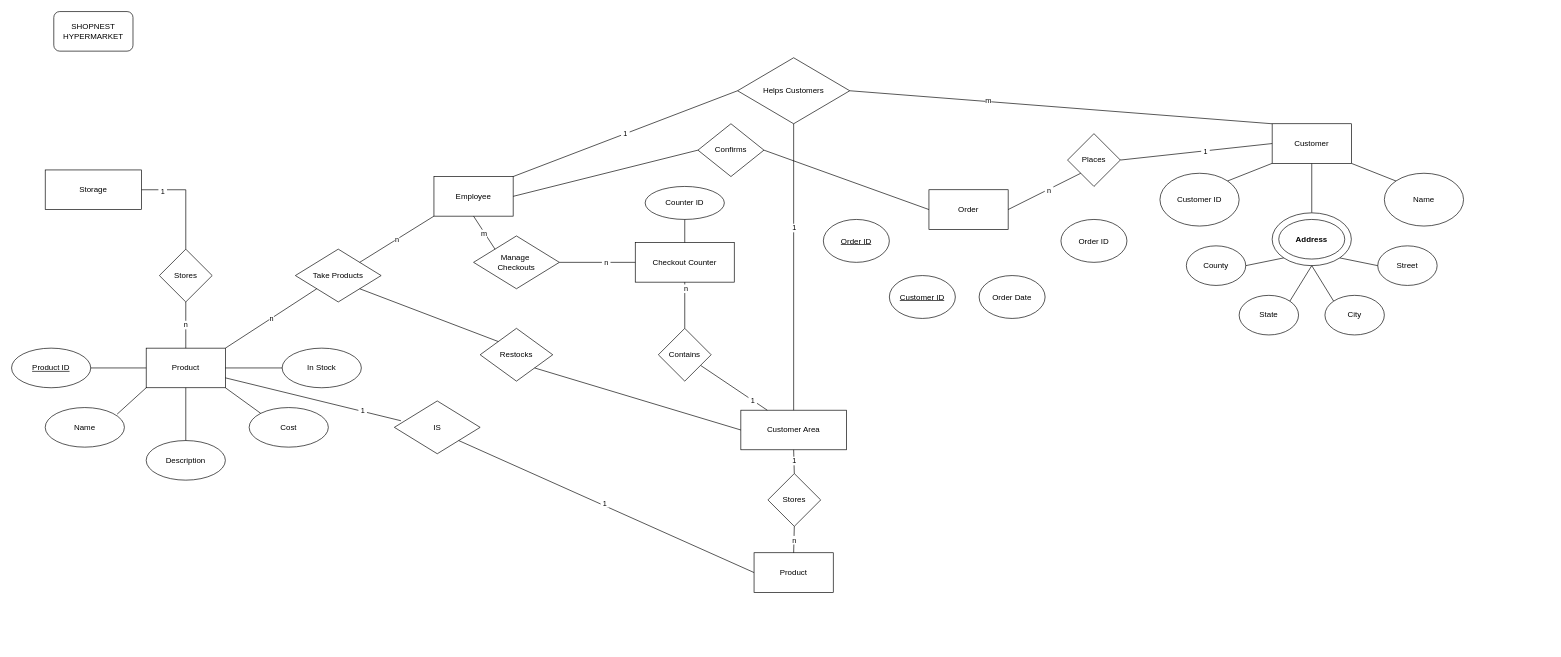
Before: Untitled Diagram.drawio in abobymotaki/uncharted, a draw.io diagram. Source tidied: cells renumbered, new cells numbered last; positions are measured from the earlier drawing's top-left corner, leaving out a move shared by most shapes. Both pictures are drawn from the tidied source at 66%, with x=0, y=0 at pixel (11, 11).
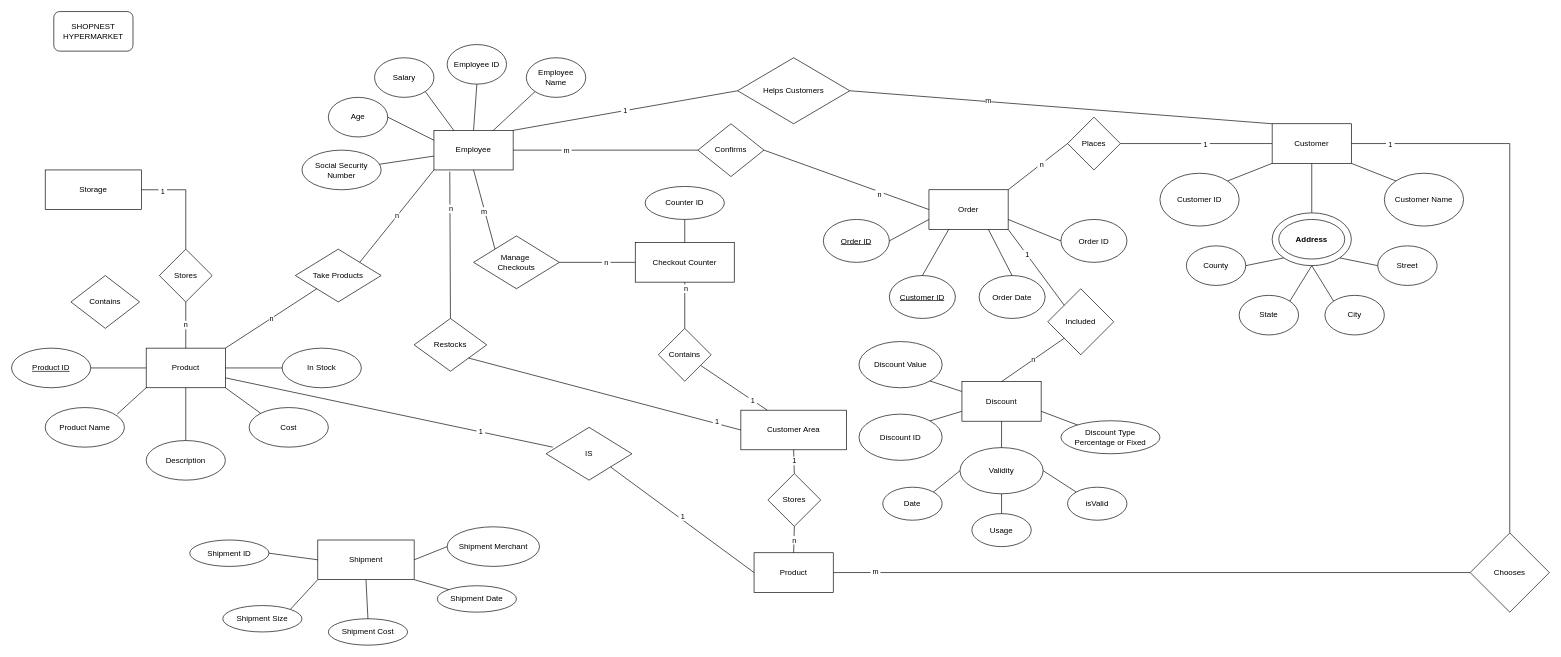
Above is the later version.

Unchanged cells that the change refers to:
```xml
<mxCell id="10" value="Customer" style="rounded=0;whiteSpace=wrap;html=1;" parent="1" vertex="1">
  <mxGeometry x="1910" y="170" width="120" height="60" as="geometry" />
</mxCell>
<mxCell id="29" value="Customer Area" style="rounded=0;whiteSpace=wrap;html=1;" parent="1" vertex="1">
  <mxGeometry x="1105" y="604" width="160" height="60" as="geometry" />
</mxCell>
<mxCell id="30" value="Take Products" style="rhombus;whiteSpace=wrap;html=1;" parent="1" vertex="1">
  <mxGeometry x="430" y="360" width="130" height="80" as="geometry" />
</mxCell>
<mxCell id="43" value="Product" style="rounded=0;whiteSpace=wrap;html=1;" parent="1" vertex="1">
  <mxGeometry x="1125" y="820" width="120" height="60" as="geometry" />
</mxCell>
<mxCell id="51" value="Helps Customers" style="rhombus;whiteSpace=wrap;html=1;" parent="1" vertex="1">
  <mxGeometry x="1100" y="70" width="170" height="100" as="geometry" />
</mxCell>
<mxCell id="66" style="endArrow=none;html=1;rounded=0;exitX=1;exitY=1;exitDx=0;exitDy=0;entryX=0;entryY=0.5;entryDx=0;entryDy=0;" parent="1" edge="1" source="41" target="29">
  <mxGeometry relative="1" as="geometry" />
</mxCell>
<mxCell id="74" value="Order" style="rounded=0;whiteSpace=wrap;html=1;" parent="1" vertex="1">
  <mxGeometry x="1390" y="270" width="120" height="60" as="geometry" />
</mxCell>
<mxCell id="76" value="&lt;u&gt;Order ID&lt;/u&gt;" style="ellipse;whiteSpace=wrap;html=1;" parent="1" vertex="1">
  <mxGeometry x="1230" y="315" width="100" height="65" as="geometry" />
</mxCell>
<mxCell id="77" value="&lt;u&gt;Customer ID&lt;/u&gt;" style="ellipse;whiteSpace=wrap;html=1;" parent="1" vertex="1">
  <mxGeometry x="1330" y="400" width="100" height="65" as="geometry" />
</mxCell>
<mxCell id="78" value="Order Date" style="ellipse;whiteSpace=wrap;html=1;" parent="1" vertex="1">
  <mxGeometry x="1466" y="400" width="100" height="65" as="geometry" />
</mxCell>
<mxCell id="79" value="Order ID" style="ellipse;whiteSpace=wrap;html=1;" parent="1" vertex="1">
  <mxGeometry x="1590" y="315" width="100" height="65" as="geometry" />
</mxCell>
<mxCell id="85" style="endArrow=none;html=1;rounded=0;exitX=1;exitY=0.5;exitDx=0;exitDy=0;entryX=0;entryY=0.5;entryDx=0;entryDy=0;" parent="1" edge="1" source="28" target="84">
  <mxGeometry relative="1" as="geometry" />
</mxCell>
<mxCell id="86" style="endArrow=none;html=1;rounded=0;exitX=1;exitY=0.5;exitDx=0;exitDy=0;entryX=0;entryY=0.5;entryDx=0;entryDy=0;" parent="1" edge="1" source="84" target="74">
  <mxGeometry relative="1" as="geometry" />
</mxCell>
```

Change to the diagram source:
```diff
@@
-    <mxCell id="5" value="Name" style="ellipse;whiteSpace=wrap;html=1;" parent="1" vertex="1">
+    <mxCell id="5" value="Product Name" style="ellipse;whiteSpace=wrap;html=1;" parent="1" vertex="1">
       <mxGeometry x="51" y="600" width="120" height="60" as="geometry" />
     </mxCell>
@@
+    <mxCell id="87" style="edgeStyle=orthogonalEdgeStyle;rounded=0;jettySize=auto;html=1;exitX=1;exitY=0.5;exitDx=0;exitDy=0;endArrow=none;startFill=0;entryX=0.5;entryY=0;entryDx=0;entryDy=0;" parent="1" edge="1" source="10" target="100">
+      <mxGeometry relative="1" as="geometry" />
+    </mxCell>
+    <mxCell id="88" value="&amp;nbsp;1&amp;nbsp;" style="edgeLabel;html=1;align=center;verticalAlign=middle;" parent="87" vertex="1">
+      <mxGeometry x="-0.86" relative="1" as="geometry" />
+    </mxCell>
@@
-    <mxCell id="24" value="Name" style="ellipse;whiteSpace=wrap;html=1;" parent="1" vertex="1">
+    <mxCell id="24" value="Customer Name" style="ellipse;whiteSpace=wrap;html=1;" parent="1" vertex="1">
       <mxGeometry x="2080" y="245" width="120" height="80" as="geometry" />
     </mxCell>
@@
+    <mxCell id="89" style="rounded=0;jettySize=auto;html=1;endArrow=none;startFill=0;" parent="1" edge="1" source="28" target="113">
+      <mxGeometry relative="1" as="geometry" />
+    </mxCell>
     <mxCell id="28" value="Employee" style="rounded=0;whiteSpace=wrap;html=1;" parent="1" vertex="1">
-      <mxGeometry x="640" y="250" width="120" height="60" as="geometry" />
+      <mxGeometry x="640" y="180" width="120" height="60" as="geometry" />
     </mxCell>
@@
-    <mxCell id="40" value="n" style="endArrow=none;html=1;rounded=0;exitX=1;exitY=0;exitDx=0;exitDy=0;entryX=0;entryY=1;entryDx=0;entryDy=0;" parent="1" edge="1" source="30" target="28">
-      <mxGeometry relative="1" as="geometry" />
+    <mxCell id="40" value="n" style="endArrow=none;html=1;rounded=0;exitX=1;exitY=0;exitDx=0;exitDy=0;entryX=0;entryY=1;entryDx=0;entryDy=0;" parent="1" edge="1">
+      <mxGeometry relative="1" as="geometry">
+        <mxPoint x="527.5" y="380" as="sourcePoint" />
+        <mxPoint x="640" y="240" as="targetPoint" />
+      </mxGeometry>
     </mxCell>
     <mxCell id="41" value="Restocks" style="rhombus;whiteSpace=wrap;html=1;" parent="1" vertex="1">
-      <mxGeometry x="710" y="480" width="110" height="80" as="geometry" />
+      <mxGeometry x="610" y="465" width="110" height="80" as="geometry" />
     </mxCell>
-    <mxCell id="42" style="endArrow=none;html=1;rounded=0;entryX=1;entryY=1;entryDx=0;entryDy=0;exitX=0;exitY=0;exitDx=0;exitDy=0;" parent="1" edge="1" source="41" target="30">
+    <mxCell id="42" style="endArrow=none;html=1;rounded=0;entryX=0.2;entryY=1.043;entryDx=0;entryDy=0;exitX=0.5;exitY=0;exitDx=0;exitDy=0;entryPerimeter=0;" parent="1" edge="1" source="41" target="28">
       <mxGeometry relative="1" as="geometry" />
     </mxCell>
+    <mxCell id="90" value="n" style="edgeLabel;html=1;align=center;verticalAlign=middle;" parent="42" vertex="1">
+      <mxGeometry x="0.5" y="-4" relative="1" as="geometry">
+        <mxPoint x="-3" y="1" as="offset" />
+      </mxGeometry>
+    </mxCell>
+    <mxCell id="91" style="edgeStyle=orthogonalEdgeStyle;rounded=0;jettySize=auto;html=1;exitX=1;exitY=0.5;exitDx=0;exitDy=0;entryX=0;entryY=0.5;entryDx=0;entryDy=0;endArrow=none;startFill=0;" parent="1" edge="1" source="43" target="100">
+      <mxGeometry relative="1" as="geometry" />
+    </mxCell>
+    <mxCell id="92" value="&amp;nbsp;m&amp;nbsp;" style="edgeLabel;html=1;align=center;verticalAlign=middle;" parent="91" vertex="1">
+      <mxGeometry x="-0.87" y="2" relative="1" as="geometry" />
+    </mxCell>
@@
     <mxCell id="44" value="IS" style="rhombus;whiteSpace=wrap;html=1;" parent="1" vertex="1">
-      <mxGeometry x="580" y="590" width="130" height="80" as="geometry" />
+      <mxGeometry x="810" y="630" width="130" height="80" as="geometry" />
     </mxCell>
@@
-    <mxCell id="55" style="endArrow=none;html=1;rounded=0;entryX=0.5;entryY=1;entryDx=0;entryDy=0;exitX=0.5;exitY=0;exitDx=0;exitDy=0;" parent="1" edge="1" source="29" target="51">
-      <mxGeometry relative="1" as="geometry" />
-    </mxCell>
-    <mxCell id="56" value="1" style="edgeLabel;html=1;align=center;verticalAlign=middle;" parent="55" vertex="1">
-      <mxGeometry x="0.34" y="-1" relative="1" as="geometry">
-        <mxPoint x="-1" y="14" as="offset" />
-      </mxGeometry>
-    </mxCell>
@@
+    <mxCell id="93" value="&amp;nbsp;1&amp;nbsp;" style="edgeLabel;html=1;align=center;verticalAlign=middle;" parent="66" vertex="1">
+      <mxGeometry x="0.82" y="3" relative="1" as="geometry" />
+    </mxCell>
@@
     <mxCell id="75" value="Places" style="rhombus;whiteSpace=wrap;html=1;" parent="1" vertex="1">
-      <mxGeometry x="1600" y="185" width="80" height="80" as="geometry" />
+      <mxGeometry x="1600" y="160" width="80" height="80" as="geometry" />
     </mxCell>
@@
-    <mxCell id="82" style="endArrow=none;html=1;rounded=0;entryX=0;entryY=1;entryDx=0;entryDy=0;exitX=1;exitY=0.5;exitDx=0;exitDy=0;" parent="1" edge="1" source="74" target="75">
+    <mxCell id="82" style="endArrow=none;html=1;rounded=0;entryX=0;entryY=0.5;entryDx=0;entryDy=0;exitX=1;exitY=0;exitDx=0;exitDy=0;" parent="1" edge="1" source="74" target="75">
       <mxGeometry relative="1" as="geometry" />
     </mxCell>
@@
+    <mxCell id="94" value="&amp;nbsp;m&amp;nbsp;" style="edgeLabel;html=1;align=center;verticalAlign=middle;" parent="85" vertex="1">
+      <mxGeometry x="-0.43" relative="1" as="geometry" />
+    </mxCell>
@@
+    <mxCell id="95" value="&amp;nbsp;n&amp;nbsp;" style="edgeLabel;html=1;align=center;verticalAlign=middle;" parent="86" vertex="1">
+      <mxGeometry x="0.41" y="-3" relative="1" as="geometry" />
+    </mxCell>
+    <mxCell id="96" style="endArrow=none;html=1;rounded=0;entryX=0;entryY=0.75;entryDx=0;entryDy=0;exitX=1;exitY=0.5;exitDx=0;exitDy=0;" parent="1" edge="1" source="76" target="74">
+      <mxGeometry relative="1" as="geometry" />
+    </mxCell>
+    <mxCell id="97" style="endArrow=none;html=1;rounded=0;entryX=0.25;entryY=1;entryDx=0;entryDy=0;exitX=0.5;exitY=0;exitDx=0;exitDy=0;" parent="1" edge="1" source="77" target="74">
+      <mxGeometry relative="1" as="geometry" />
+    </mxCell>
+    <mxCell id="98" style="endArrow=none;html=1;rounded=0;entryX=0.75;entryY=1;entryDx=0;entryDy=0;exitX=0.5;exitY=0;exitDx=0;exitDy=0;" parent="1" edge="1" source="78" target="74">
+      <mxGeometry relative="1" as="geometry" />
+    </mxCell>
+    <mxCell id="99" style="endArrow=none;html=1;rounded=0;entryX=1;entryY=0.75;entryDx=0;entryDy=0;exitX=0;exitY=0.5;exitDx=0;exitDy=0;" parent="1" edge="1" source="79" target="74">
+      <mxGeometry relative="1" as="geometry" />
+    </mxCell>
+    <mxCell id="100" value="Chooses" style="rhombus;whiteSpace=wrap;html=1;" parent="1" vertex="1">
+      <mxGeometry x="2210" y="790" width="120" height="120" as="geometry" />
+    </mxCell>
+    <mxCell id="101" value="Discount" style="rounded=0;whiteSpace=wrap;html=1;" parent="1" vertex="1">
+      <mxGeometry x="1440" y="560.7" width="120" height="60" as="geometry" />
+    </mxCell>
+    <mxCell id="102" value="Validity" style="ellipse;whiteSpace=wrap;html=1;" parent="1" vertex="1">
+      <mxGeometry x="1437" y="660.7" width="126" height="70" as="geometry" />
+    </mxCell>
+    <mxCell id="103" value="Date" style="ellipse;whiteSpace=wrap;html=1;" parent="1" vertex="1">
+      <mxGeometry x="1320" y="720.7" width="90" height="50" as="geometry" />
+    </mxCell>
+    <mxCell id="104" value="Usage" style="ellipse;whiteSpace=wrap;html=1;" parent="1" vertex="1">
+      <mxGeometry x="1455" y="760.7" width="90" height="50" as="geometry" />
+    </mxCell>
+    <mxCell id="105" value="isValid" style="ellipse;whiteSpace=wrap;html=1;" parent="1" vertex="1">
+      <mxGeometry x="1600" y="720.7" width="90" height="50" as="geometry" />
+    </mxCell>
+    <mxCell id="106" style="endArrow=none;html=1;rounded=0;entryX=0.5;entryY=1;entryDx=0;entryDy=0;exitX=0.5;exitY=0;exitDx=0;exitDy=0;" parent="1" edge="1" source="104" target="102">
+      <mxGeometry relative="1" as="geometry" />
+    </mxCell>
+    <mxCell id="107" style="endArrow=none;html=1;rounded=0;exitX=1;exitY=0;exitDx=0;exitDy=0;entryX=0;entryY=0.5;entryDx=0;entryDy=0;" parent="1" edge="1" source="103" target="102">
+      <mxGeometry relative="1" as="geometry" />
+    </mxCell>
+    <mxCell id="108" style="endArrow=none;html=1;rounded=0;exitX=1;exitY=0.5;exitDx=0;exitDy=0;entryX=0;entryY=0;entryDx=0;entryDy=0;" parent="1" edge="1" source="102" target="105">
+      <mxGeometry relative="1" as="geometry" />
+    </mxCell>
+    <mxCell id="109" value="Employee Name" style="ellipse;whiteSpace=wrap;html=1;" parent="1" vertex="1">
+      <mxGeometry x="780" y="70" width="90" height="60" as="geometry" />
+    </mxCell>
+    <mxCell id="110" value="Employee ID" style="ellipse;whiteSpace=wrap;html=1;" parent="1" vertex="1">
+      <mxGeometry x="660" y="50" width="90" height="60" as="geometry" />
+    </mxCell>
+    <mxCell id="111" value="Salary" style="ellipse;whiteSpace=wrap;html=1;" parent="1" vertex="1">
+      <mxGeometry x="550" y="70" width="90" height="60" as="geometry" />
+    </mxCell>
+    <mxCell id="112" value="Age" style="ellipse;whiteSpace=wrap;html=1;" parent="1" vertex="1">
+      <mxGeometry x="480" y="130" width="90" height="60" as="geometry" />
+    </mxCell>
+    <mxCell id="113" value="Social Security&lt;div&gt;Number&lt;/div&gt;" style="ellipse;whiteSpace=wrap;html=1;" parent="1" vertex="1">
+      <mxGeometry x="440" y="210" width="120" height="60" as="geometry" />
+    </mxCell>
+    <mxCell id="114" style="endArrow=none;html=1;rounded=0;entryX=0;entryY=0.25;entryDx=0;entryDy=0;exitX=1;exitY=0.5;exitDx=0;exitDy=0;" parent="1" edge="1" source="112" target="28">
+      <mxGeometry relative="1" as="geometry" />
+    </mxCell>
+    <mxCell id="115" style="endArrow=none;html=1;rounded=0;entryX=1;entryY=1;entryDx=0;entryDy=0;exitX=0.25;exitY=0;exitDx=0;exitDy=0;" parent="1" edge="1" source="28" target="111">
+      <mxGeometry relative="1" as="geometry" />
+    </mxCell>
+    <mxCell id="116" style="endArrow=none;html=1;rounded=0;exitX=0.5;exitY=0;exitDx=0;exitDy=0;entryX=0.5;entryY=1;entryDx=0;entryDy=0;" parent="1" edge="1" source="28" target="110">
+      <mxGeometry relative="1" as="geometry" />
+    </mxCell>
+    <mxCell id="117" style="endArrow=none;html=1;rounded=0;entryX=0;entryY=1;entryDx=0;entryDy=0;exitX=0.75;exitY=0;exitDx=0;exitDy=0;" parent="1" edge="1" source="28" target="109">
+      <mxGeometry relative="1" as="geometry" />
+    </mxCell>
+    <mxCell id="118" style="endArrow=none;html=1;rounded=0;entryX=0.5;entryY=1;entryDx=0;entryDy=0;exitX=0.5;exitY=0;exitDx=0;exitDy=0;" parent="1" edge="1" source="102" target="101">
+      <mxGeometry relative="1" as="geometry" />
+    </mxCell>
+    <mxCell id="119" value="Included" style="rhombus;whiteSpace=wrap;html=1;" parent="1" vertex="1">
+      <mxGeometry x="1570" y="420" width="100" height="100" as="geometry" />
+    </mxCell>
+    <mxCell id="120" style="endArrow=none;html=1;rounded=0;exitX=0.5;exitY=0;exitDx=0;exitDy=0;entryX=0;entryY=1;entryDx=0;entryDy=0;" parent="1" edge="1" source="101" target="119">
+      <mxGeometry relative="1" as="geometry" />
+    </mxCell>
+    <mxCell id="121" value="n" style="edgeLabel;html=1;align=center;verticalAlign=middle;" parent="120" vertex="1">
+      <mxGeometry x="0.02" y="1" relative="1" as="geometry" />
+    </mxCell>
+    <mxCell id="122" style="endArrow=none;html=1;rounded=0;exitX=1;exitY=1;exitDx=0;exitDy=0;entryX=0;entryY=0;entryDx=0;entryDy=0;" parent="1" edge="1" source="74" target="119">
+      <mxGeometry relative="1" as="geometry" />
+    </mxCell>
+    <mxCell id="123" value="&amp;nbsp;1&amp;nbsp;" style="edgeLabel;html=1;align=center;verticalAlign=middle;" parent="122" vertex="1">
+      <mxGeometry x="-0.33" relative="1" as="geometry">
+        <mxPoint y="-1" as="offset" />
+      </mxGeometry>
+    </mxCell>
+    <mxCell id="124" value="Discount ID" style="ellipse;whiteSpace=wrap;html=1;" parent="1" vertex="1">
+      <mxGeometry x="1284" y="610" width="126" height="70" as="geometry" />
+    </mxCell>
+    <mxCell id="125" style="endArrow=none;html=1;rounded=0;entryX=0;entryY=0.75;entryDx=0;entryDy=0;exitX=1;exitY=0;exitDx=0;exitDy=0;" parent="1" edge="1" source="124" target="101">
+      <mxGeometry relative="1" as="geometry" />
+    </mxCell>
+    <mxCell id="126" value="&lt;div&gt;Discount Type&lt;/div&gt;Percentage or Fixed" style="ellipse;whiteSpace=wrap;html=1;" parent="1" vertex="1">
+      <mxGeometry x="1590" y="620" width="150" height="50" as="geometry" />
+    </mxCell>
+    <mxCell id="127" value="Discount Value" style="ellipse;whiteSpace=wrap;html=1;" parent="1" vertex="1">
+      <mxGeometry x="1284" y="500" width="126" height="70" as="geometry" />
+    </mxCell>
+    <mxCell id="128" style="endArrow=none;html=1;rounded=0;exitX=1;exitY=1;exitDx=0;exitDy=0;entryX=0;entryY=0.25;entryDx=0;entryDy=0;" parent="1" edge="1" source="127" target="101">
+      <mxGeometry relative="1" as="geometry" />
+    </mxCell>
+    <mxCell id="129" style="endArrow=none;html=1;rounded=0;exitX=1;exitY=0.75;exitDx=0;exitDy=0;" parent="1" edge="1" source="101" target="126">
+      <mxGeometry relative="1" as="geometry" />
+    </mxCell>
+    <mxCell id="130" value="Shipment" style="rounded=0;whiteSpace=wrap;html=1;" parent="1" vertex="1">
+      <mxGeometry x="464" y="800.7" width="146" height="60" as="geometry" />
+    </mxCell>
+    <mxCell id="131" value="Contains" style="rhombus;whiteSpace=wrap;html=1;" parent="1" vertex="1">
+      <mxGeometry x="90" y="400" width="104" height="80" as="geometry" />
+    </mxCell>
+    <mxCell id="132" value="Shipment Merchant" style="ellipse;whiteSpace=wrap;html=1;" parent="1" vertex="1">
+      <mxGeometry x="660" y="780.7" width="140" height="60" as="geometry" />
+    </mxCell>
+    <mxCell id="133" value="Shipment Date" style="ellipse;whiteSpace=wrap;html=1;" parent="1" vertex="1">
+      <mxGeometry x="645" y="870" width="120" height="40" as="geometry" />
+    </mxCell>
+    <mxCell id="134" value="Shipment Cost" style="ellipse;whiteSpace=wrap;html=1;" parent="1" vertex="1">
+      <mxGeometry x="480" y="920" width="120" height="40" as="geometry" />
+    </mxCell>
+    <mxCell id="135" value="Shipment ID" style="ellipse;whiteSpace=wrap;html=1;" parent="1" vertex="1">
+      <mxGeometry x="270" y="800.7" width="120" height="40" as="geometry" />
+    </mxCell>
+    <mxCell id="136" value="Shipment Size" style="ellipse;whiteSpace=wrap;html=1;" parent="1" vertex="1">
+      <mxGeometry x="320" y="900" width="120" height="40" as="geometry" />
+    </mxCell>
+    <mxCell id="137" style="endArrow=none;html=1;rounded=0;entryX=0;entryY=0.5;entryDx=0;entryDy=0;exitX=1;exitY=0.5;exitDx=0;exitDy=0;" parent="1" edge="1" source="135" target="130">
+      <mxGeometry relative="1" as="geometry" />
+    </mxCell>
+    <mxCell id="138" style="endArrow=none;html=1;rounded=0;entryX=0;entryY=1;entryDx=0;entryDy=0;exitX=1;exitY=0;exitDx=0;exitDy=0;" parent="1" edge="1" source="136" target="130">
+      <mxGeometry relative="1" as="geometry" />
+    </mxCell>
+    <mxCell id="139" style="endArrow=none;html=1;rounded=0;entryX=0.5;entryY=1;entryDx=0;entryDy=0;exitX=0.5;exitY=0;exitDx=0;exitDy=0;" parent="1" edge="1" source="134" target="130">
+      <mxGeometry relative="1" as="geometry" />
+    </mxCell>
+    <mxCell id="140" style="endArrow=none;html=1;rounded=0;entryX=1;entryY=1;entryDx=0;entryDy=0;exitX=0;exitY=0;exitDx=0;exitDy=0;" parent="1" edge="1" source="133" target="130">
+      <mxGeometry relative="1" as="geometry" />
+    </mxCell>
+    <mxCell id="141" style="endArrow=none;html=1;rounded=0;entryX=0;entryY=0.5;entryDx=0;entryDy=0;exitX=1;exitY=0.5;exitDx=0;exitDy=0;" parent="1" edge="1" source="130" target="132">
+      <mxGeometry relative="1" as="geometry" />
+    </mxCell>
```
